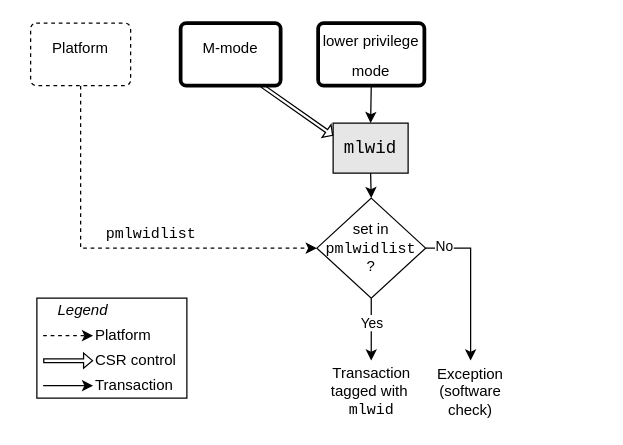
Before: src/images/drawio/Smlwid.drawio in riscv/riscv-worlds, a draw.io diagram. Source tidied: cells renumbered, new cells numbered last; positions are measured from the earlier drawing's top-left corner, leaving out a move shared by most shapes. Both pictures are drawn from the tidied source at 125%, with x=0, y=0 at pixel (30, 22).
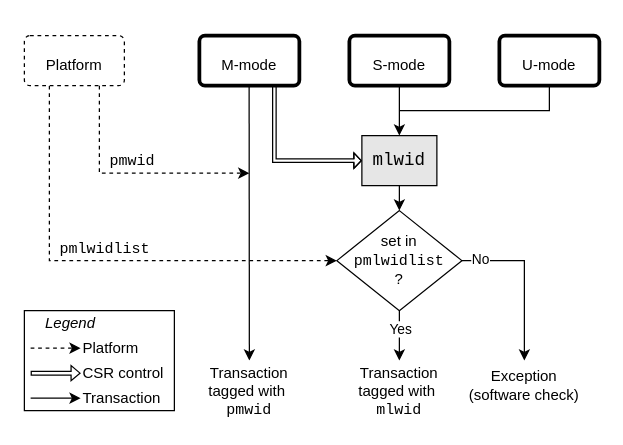
Above is the later version.

Change to the diagram source:
```diff
@@
     <mxCell id="2" value="&lt;font style=&quot;font-size: 12px;&quot;&gt;Exception (software check)&lt;/font&gt;" style="text;html=1;whiteSpace=wrap;strokeColor=none;fillColor=default;align=center;verticalAlign=middle;rounded=0;" parent="1" vertex="1">
-      <mxGeometry x="312" y="270" width="80" height="50" as="geometry" />
+      <mxGeometry x="345" y="270" width="100" height="40" as="geometry" />
     </mxCell>
     <mxCell id="3" value="&lt;font face=&quot;Courier New&quot;&gt;&lt;font style=&quot;font-size: 14px;&quot;&gt;ml&lt;/font&gt;&lt;span style=&quot;font-size: 14px; background-color: transparent; color: light-dark(rgb(0, 0, 0), rgb(255, 255, 255));&quot;&gt;wid&lt;/span&gt;&lt;/font&gt;" style="rounded=0;whiteSpace=wrap;html=1;fillColor=#E6E6E6;" parent="1" vertex="1">
-      <mxGeometry x="242" y="80" width="60" height="40" as="geometry" />
+      <mxGeometry x="265" y="90" width="60" height="40" as="geometry" />
     </mxCell>
@@
     <mxCell id="6" value="&lt;font style=&quot;font-size: 12px;&quot;&gt;set in&lt;br&gt;&lt;font face=&quot;Courier New&quot; style=&quot;&quot;&gt;pmlwidlist&lt;br&gt;&lt;/font&gt;?&lt;/font&gt;" style="rhombus;whiteSpace=wrap;html=1;" parent="1" vertex="1">
-      <mxGeometry x="229" y="140" width="87" height="80" as="geometry" />
+      <mxGeometry x="245" y="150" width="100" height="80" as="geometry" />
     </mxCell>
     <mxCell id="7" style="endArrow=classic;html=1;rounded=0;strokeWidth=1;entryX=0.5;entryY=0;entryDx=0;entryDy=0;exitX=1;exitY=0.5;exitDx=0;exitDy=0;" parent="1" edge="1" source="6" target="2">
       <mxGeometry relative="1" as="geometry">
         <Array as="points">
-          <mxPoint x="352" y="180" />
+          <mxPoint x="395" y="190" />
         </Array>
       </mxGeometry>
     </mxCell>
@@
     <mxCell id="9" value="&lt;font style=&quot;font-size: 12px;&quot;&gt;Transaction tagged with&amp;nbsp; &lt;font face=&quot;Courier New&quot; style=&quot;&quot;&gt;mlwid&lt;/font&gt;&lt;/font&gt;" style="text;html=1;whiteSpace=wrap;strokeColor=none;fillColor=default;align=center;verticalAlign=middle;rounded=0;" parent="1" vertex="1">
-      <mxGeometry x="232.5" y="270" width="80" height="50" as="geometry" />
+      <mxGeometry x="255" y="270" width="80" height="50" as="geometry" />
     </mxCell>
@@
-    <mxCell id="12" style="endArrow=classic;html=1;rounded=0;exitX=0.5;exitY=1;exitDx=0;exitDy=0;strokeWidth=1;dashed=1;entryX=0;entryY=0.5;entryDx=0;entryDy=0;" parent="1" edge="1" source="24" target="6">
+    <mxCell id="12" style="endArrow=classic;html=1;rounded=0;exitX=0.25;exitY=1;exitDx=0;exitDy=0;strokeWidth=1;dashed=1;entryX=0;entryY=0.5;entryDx=0;entryDy=0;" parent="1" edge="1" source="24" target="6">
       <mxGeometry relative="1" as="geometry">
         <Array as="points">
-          <mxPoint x="40" y="180" />
+          <mxPoint x="15" y="190" />
         </Array>
       </mxGeometry>
     </mxCell>
     <mxCell id="13" value="&lt;font style=&quot;font-size: 12px;&quot; face=&quot;Courier New&quot;&gt;pmlwidlist&lt;/font&gt;" style="edgeLabel;html=1;align=center;verticalAlign=middle;" parent="12" vertex="1">
       <mxGeometry x="-0.54" y="2" relative="1" as="geometry">
-        <mxPoint x="53" y="45" as="offset" />
+        <mxPoint x="41" y="45" as="offset" />
       </mxGeometry>
     </mxCell>
     <mxCell id="14" style="group;" parent="1" vertex="1">
-      <mxGeometry x="5" y="220" width="125" height="80" as="geometry" />
+      <mxGeometry x="-5" y="230" width="125" height="80" as="geometry" />
     </mxCell>
@@
-    <mxCell id="23" value="&lt;font style=&quot;font-size: 12px;&quot;&gt;M-mode&lt;/font&gt;" style="html=1;overflow=block;blockSpacing=1;whiteSpace=wrap;fontSize=20;spacing=5;strokeOpacity=100;fillOpacity=100;rounded=1;absoluteArcSize=1;arcSize=9;fillColor=#ffffff;strokeWidth=3;lucidId=RJBa-lLBp8Ld;verticalAlign=top;" parent="1" vertex="1">
-      <mxGeometry x="120" width="80" height="50" as="geometry" />
+    <mxCell id="23" value="&lt;font style=&quot;font-size: 12px;&quot;&gt;M-mode&lt;/font&gt;" style="html=1;overflow=block;blockSpacing=1;whiteSpace=wrap;fontSize=20;spacing=5;strokeOpacity=100;fillOpacity=100;rounded=1;absoluteArcSize=1;arcSize=9;fillColor=#ffffff;strokeWidth=3;lucidId=RJBa-lLBp8Ld;verticalAlign=middle;" parent="1" vertex="1">
+      <mxGeometry x="135" y="10" width="80" height="40" as="geometry" />
     </mxCell>
-    <mxCell id="24" value="&lt;font style=&quot;font-size: 12px;&quot;&gt;Platform&lt;/font&gt;" style="html=1;overflow=block;blockSpacing=1;whiteSpace=wrap;fontSize=20;fontColor=default;spacing=5;strokeOpacity=100;fillOpacity=100;rounded=1;absoluteArcSize=1;arcSize=9;fillColor=#ffffff;fixDash=1;strokeWidth=1;lucidId=RJBal6eY-SyX;verticalAlign=top;dashed=1;" parent="1" vertex="1">
-      <mxGeometry width="80" height="50" as="geometry" />
+    <mxCell id="24" value="&lt;font style=&quot;font-size: 12px;&quot;&gt;Platform&lt;/font&gt;" style="html=1;overflow=block;blockSpacing=1;whiteSpace=wrap;fontSize=20;fontColor=default;spacing=5;strokeOpacity=100;fillOpacity=100;rounded=1;absoluteArcSize=1;arcSize=9;fillColor=#ffffff;fixDash=1;strokeWidth=1;lucidId=RJBal6eY-SyX;verticalAlign=middle;dashed=1;" parent="1" vertex="1">
+      <mxGeometry x="-5" y="10" width="80" height="40" as="geometry" />
     </mxCell>
-    <mxCell id="25" value="&lt;font style=&quot;font-size: 12px;&quot;&gt;lower privilege&lt;br&gt;mode&lt;/font&gt;" style="html=1;overflow=block;blockSpacing=1;whiteSpace=wrap;fontSize=20;spacing=0;strokeOpacity=100;fillOpacity=100;rounded=1;absoluteArcSize=1;arcSize=9;fillColor=#ffffff;strokeWidth=3;lucidId=RJBa-lLBp8Ld;verticalAlign=top;" parent="1" vertex="1">
-      <mxGeometry x="230" width="85" height="50" as="geometry" />
+    <mxCell id="25" value="&lt;span style=&quot;font-size: 12px;&quot;&gt;S-mode&lt;/span&gt;" style="html=1;overflow=block;blockSpacing=1;whiteSpace=wrap;fontSize=20;spacing=0;strokeOpacity=100;fillOpacity=100;rounded=1;absoluteArcSize=1;arcSize=9;fillColor=#ffffff;strokeWidth=3;lucidId=RJBa-lLBp8Ld;verticalAlign=middle;" parent="1" vertex="1">
+      <mxGeometry x="255" y="10" width="80" height="40" as="geometry" />
     </mxCell>
-    <mxCell id="26" style="shape=flexArrow;endArrow=classic;html=1;rounded=0;exitX=0.546;exitY=1.025;exitDx=0;exitDy=0;exitPerimeter=0;endWidth=8.666666666666666;endSize=1.6395348837209303;width=2.7906976744186047;entryX=0;entryY=0.25;entryDx=0;entryDy=0;" parent="1" edge="1" target="3">
+    <mxCell id="26" style="shape=flexArrow;endArrow=classic;html=1;rounded=0;exitX=0.75;exitY=1;exitDx=0;exitDy=0;endWidth=8.666666666666666;endSize=1.6395348837209303;width=2.7906976744186047;entryX=0;entryY=0.5;entryDx=0;entryDy=0;" parent="1" edge="1" source="23" target="3">
       <mxGeometry relative="1" as="geometry">
-        <mxPoint x="185" y="50" as="sourcePoint" />
+        <Array as="points">
+          <mxPoint x="195" y="110" />
+        </Array>
       </mxGeometry>
     </mxCell>
+    <mxCell id="27" style="endArrow=classic;html=1;rounded=0;exitX=0.5;exitY=1;exitDx=0;exitDy=0;strokeWidth=1;" parent="1" edge="1">
+      <mxGeometry relative="1" as="geometry">
+        <mxPoint x="174.8" y="50" as="sourcePoint" />
+        <mxPoint x="175" y="270" as="targetPoint" />
+      </mxGeometry>
+    </mxCell>
+    <mxCell id="28" value="&lt;font style=&quot;font-size: 12px;&quot;&gt;Transaction tagged with&amp;nbsp; &lt;font face=&quot;Courier New&quot; style=&quot;&quot;&gt;pmwid&lt;/font&gt;&lt;/font&gt;" style="text;html=1;whiteSpace=wrap;strokeColor=none;fillColor=default;align=center;verticalAlign=middle;rounded=0;" parent="1" vertex="1">
+      <mxGeometry x="135" y="270" width="80" height="50" as="geometry" />
+    </mxCell>
+    <mxCell id="29" style="endArrow=classic;html=1;rounded=0;exitX=0.75;exitY=1;exitDx=0;exitDy=0;strokeWidth=1;dashed=1;" parent="1" edge="1" source="24">
+      <mxGeometry relative="1" as="geometry">
+        <mxPoint x="175" y="120" as="targetPoint" />
+        <Array as="points">
+          <mxPoint x="55" y="80" />
+          <mxPoint x="55" y="120" />
+        </Array>
+      </mxGeometry>
+    </mxCell>
+    <mxCell id="30" value="&lt;font style=&quot;font-size: 12px;&quot; face=&quot;Courier New&quot;&gt;pmwid&lt;/font&gt;" style="edgeLabel;html=1;align=center;verticalAlign=middle;" parent="29" vertex="1">
+      <mxGeometry x="-0.54" y="2" relative="1" as="geometry">
+        <mxPoint x="23" y="16" as="offset" />
+      </mxGeometry>
+    </mxCell>
+    <mxCell id="31" value="&lt;span style=&quot;font-size: 12px;&quot;&gt;U-mode&lt;/span&gt;" style="html=1;overflow=block;blockSpacing=1;whiteSpace=wrap;fontSize=20;spacing=0;strokeOpacity=100;fillOpacity=100;rounded=1;absoluteArcSize=1;arcSize=9;fillColor=#ffffff;strokeWidth=3;lucidId=RJBa-lLBp8Ld;verticalAlign=middle;" parent="1" vertex="1">
+      <mxGeometry x="375" y="10" width="80" height="40" as="geometry" />
+    </mxCell>
+    <mxCell id="32" style="endArrow=none;html=1;rounded=0;exitX=0.5;exitY=1;exitDx=0;exitDy=0;strokeWidth=1;endFill=0;" parent="1" edge="1" source="31">
+      <mxGeometry relative="1" as="geometry">
+        <mxPoint x="295" y="70" as="targetPoint" />
+        <Array as="points">
+          <mxPoint x="415" y="70" />
+        </Array>
+      </mxGeometry>
+    </mxCell>
```
